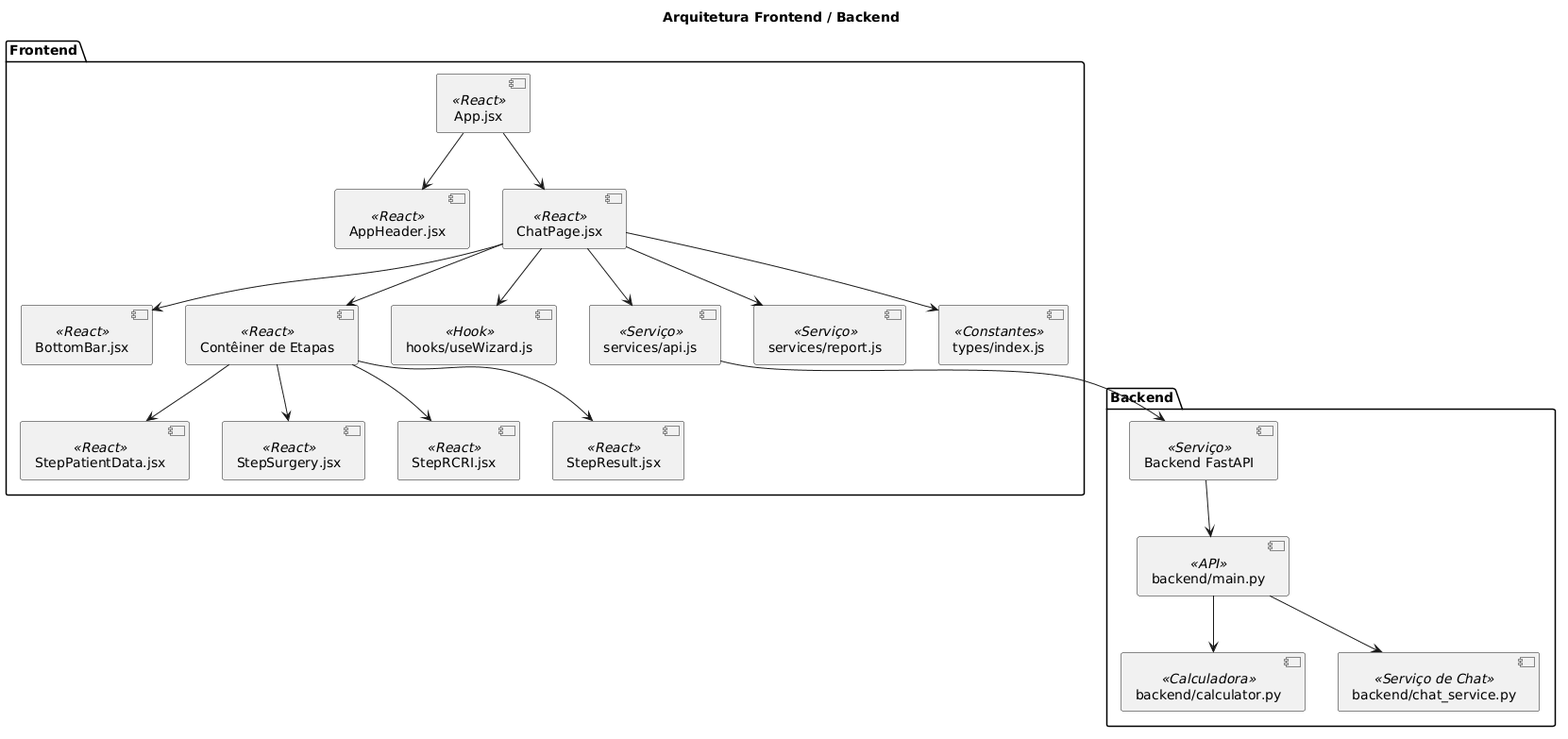
This is diagramas/architecture.png from GustavoFrossard/Cardio-Risk-Calc, a PlantUML export, as it was before one commit.
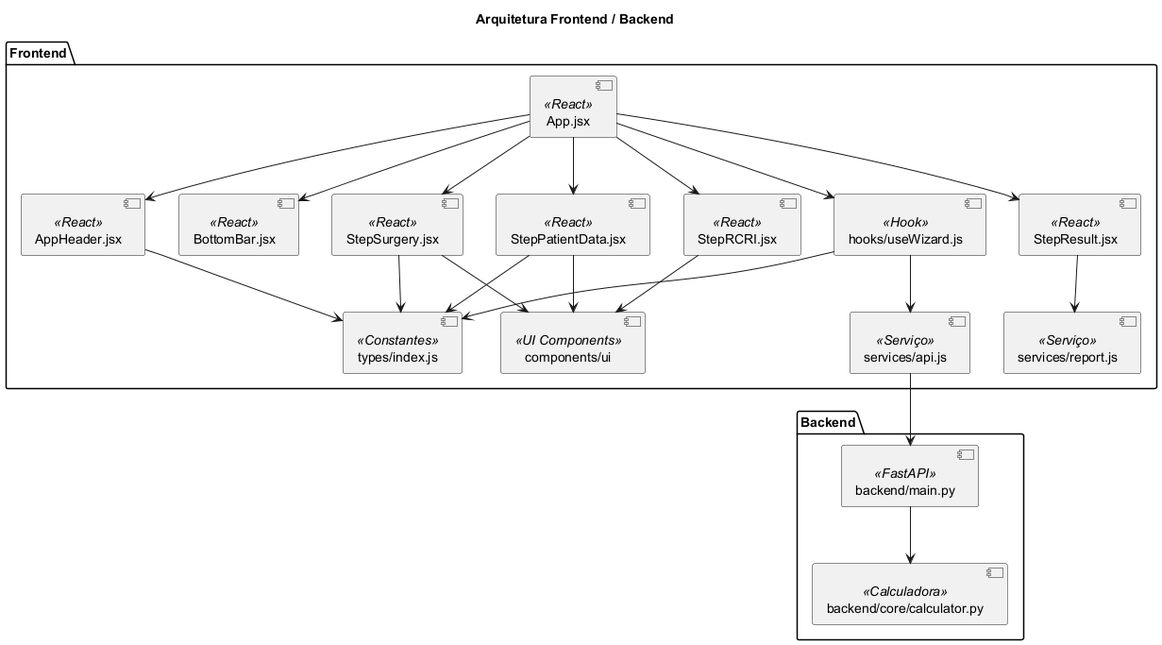
After the commit.

What changed in the source:
```diff
@@ -4,9 +4,7 @@
 package Frontend {
   [App.jsx] <<React>>
   [AppHeader.jsx] <<React>>
-  [ChatPage.jsx] <<React>>
   [BottomBar.jsx] <<React>>
-  [Contêiner de Etapas] <<React>>
   [StepPatientData.jsx] <<React>>
   [StepSurgery.jsx] <<React>>
   [StepRCRI.jsx] <<React>>
@@ -15,29 +13,31 @@
   [services/api.js] <<Serviço>>
   [services/report.js] <<Serviço>>
   [types/index.js] <<Constantes>>
+  [components/ui] <<UI Components>>
 }
 
 package Backend {
-  [Backend FastAPI] <<Serviço>>
-  [backend/main.py] <<API>>
-  [backend/calculator.py] <<Calculadora>>
-  [backend/chat_service.py] <<Serviço de Chat>>
+  [backend/main.py] <<FastAPI>>
+  [backend/core/calculator.py] <<Calculadora>>
 }
 
 [App.jsx] --> [AppHeader.jsx]
-[App.jsx] --> [ChatPage.jsx]
-[ChatPage.jsx] --> [BottomBar.jsx]
-[ChatPage.jsx] --> [Contêiner de Etapas]
-[Contêiner de Etapas] --> [StepPatientData.jsx]
-[Contêiner de Etapas] --> [StepSurgery.jsx]
-[Contêiner de Etapas] --> [StepRCRI.jsx]
-[Contêiner de Etapas] --> [StepResult.jsx]
-[ChatPage.jsx] --> [hooks/useWizard.js]
-[ChatPage.jsx] --> [services/api.js]
-[ChatPage.jsx] --> [services/report.js]
-[ChatPage.jsx] --> [types/index.js]
-[services/api.js] --> [Backend FastAPI]
-[Backend FastAPI] --> [backend/main.py]
-[backend/main.py] --> [backend/calculator.py]
-[backend/main.py] --> [backend/chat_service.py]
+[App.jsx] --> [BottomBar.jsx]
+[App.jsx] --> [hooks/useWizard.js]
+[App.jsx] --> [StepPatientData.jsx]
+[App.jsx] --> [StepSurgery.jsx]
+[App.jsx] --> [StepRCRI.jsx]
+[App.jsx] --> [StepResult.jsx]
+[hooks/useWizard.js] --> [services/api.js]
+[hooks/useWizard.js] --> [types/index.js]
+[StepPatientData.jsx] --> [components/ui]
+[StepPatientData.jsx] --> [types/index.js]
+[StepSurgery.jsx] --> [components/ui]
+[StepSurgery.jsx] --> [types/index.js]
+[StepRCRI.jsx] --> [components/ui]
+[StepResult.jsx] --> [services/report.js]
+[AppHeader.jsx] --> [types/index.js]
+[services/api.js] --> [backend/main.py]
+[backend/main.py] --> [backend/core/calculator.py]
+
 @enduml
```
